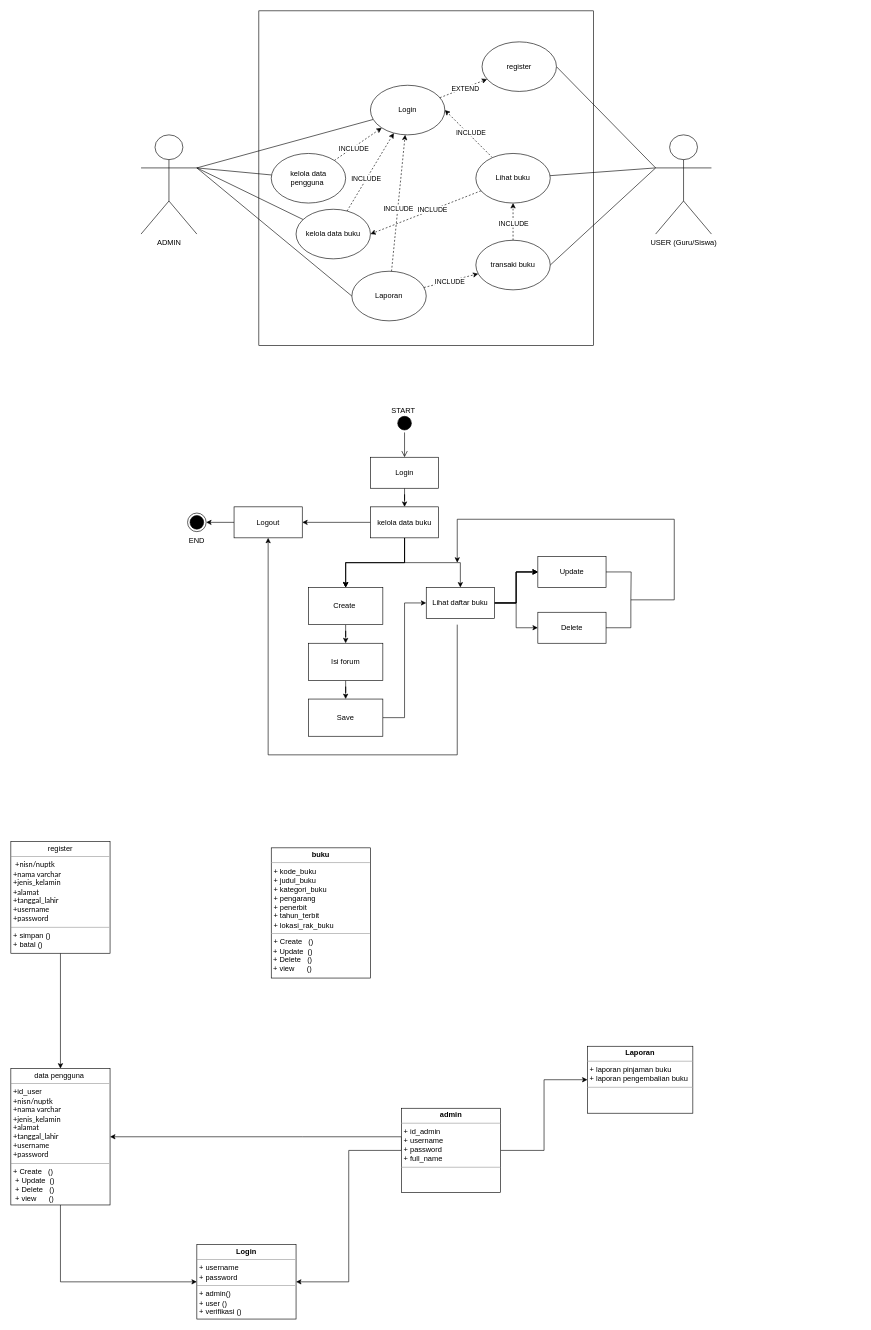
Above: PBO_UAS.drawio in ARK142/aaa (draw.io), before the change. Source tidied: cells renumbered, new cells numbered last; positions are measured from the earlier drawing's top-left corner, leaving out a move shared by most shapes. Both pictures are drawn from the tidied source at 62%, with x=0, y=0 at pixel (11, 11).
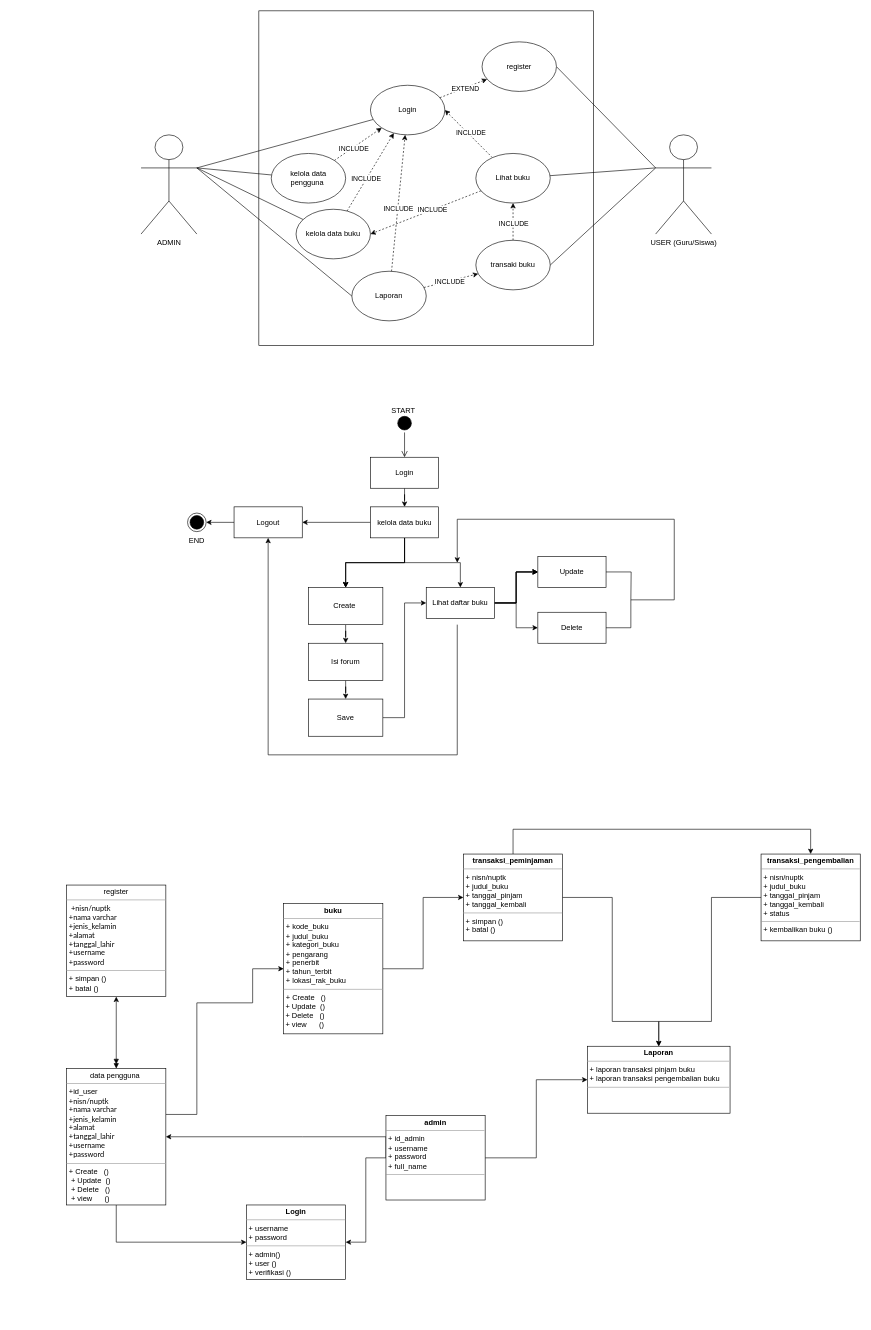
After the change.

Diff of the diagram source:
```diff
@@
+    <mxCell id="79" style="edgeStyle=orthogonalEdgeStyle;rounded=0;jettySize=auto;html=1;entryX=0;entryY=0.5;entryDx=0;entryDy=0;" parent="1" edge="1" source="68" target="82">
+      <mxGeometry relative="1" as="geometry" />
+    </mxCell>
     <mxCell id="68" value="&lt;p style=&quot;margin:0px;margin-top:4px;text-align:center;&quot;&gt;&lt;b&gt;buku&lt;/b&gt;&lt;/p&gt;&lt;hr size=&quot;1&quot;&gt;&lt;p style=&quot;margin:0px;margin-left:4px;&quot;&gt;+ kode_buku&lt;/p&gt;&lt;p style=&quot;margin:0px;margin-left:4px;&quot;&gt;+ judul_buku&lt;/p&gt;&lt;p style=&quot;margin:0px;margin-left:4px;&quot;&gt;+ kategori_buku&lt;/p&gt;&lt;p style=&quot;margin:0px;margin-left:4px;&quot;&gt;+ pengarang&amp;nbsp;&lt;/p&gt;&lt;p style=&quot;margin:0px;margin-left:4px;&quot;&gt;+ penerbit&lt;/p&gt;&lt;p style=&quot;margin:0px;margin-left:4px;&quot;&gt;+ tahun_terbit&lt;/p&gt;&lt;p style=&quot;margin:0px;margin-left:4px;&quot;&gt;+ lokasi_rak_buku&lt;/p&gt;&lt;hr size=&quot;1&quot;&gt;&lt;p style=&quot;margin:0px;margin-left:4px;&quot;&gt;+ Create&amp;nbsp; &amp;nbsp;()&lt;/p&gt;&amp;nbsp;+ Update&amp;nbsp; ()&lt;br&gt;&lt;span style=&quot;background-color: initial;&quot;&gt;&amp;nbsp;+ Delete&amp;nbsp; &amp;nbsp;()&lt;br&gt;&amp;nbsp;+ view&amp;nbsp; &amp;nbsp; &amp;nbsp; ()&lt;br&gt;&lt;/span&gt;" style="verticalAlign=top;align=left;overflow=fill;fontSize=12;fontFamily=Helvetica;html=1;whiteSpace=wrap;" parent="1" vertex="1">
-      <mxGeometry x="420" y="1350" width="160" height="210" as="geometry" />
+      <mxGeometry x="440" y="1440" width="160" height="210" as="geometry" />
     </mxCell>
-    <mxCell id="69" value="&lt;p style=&quot;margin:0px;margin-top:4px;text-align:center;&quot;&gt;&lt;b&gt;Laporan&lt;/b&gt;&lt;/p&gt;&lt;hr size=&quot;1&quot;&gt;&lt;p style=&quot;margin:0px;margin-left:4px;&quot;&gt;&lt;span style=&quot;background-color: initial;&quot;&gt;+ laporan pinjaman buku&lt;/span&gt;&lt;br&gt;&lt;/p&gt;&lt;p style=&quot;margin:0px;margin-left:4px;&quot;&gt;+ laporan pengembalian buku&lt;/p&gt;&lt;hr size=&quot;1&quot;&gt;&lt;p style=&quot;margin:0px;margin-left:4px;&quot;&gt;&lt;br&gt;&lt;/p&gt;&lt;span style=&quot;background-color: initial;&quot;&gt;&lt;br&gt;&lt;/span&gt;" style="verticalAlign=top;align=left;overflow=fill;fontSize=12;fontFamily=Helvetica;html=1;whiteSpace=wrap;" parent="1" vertex="1">
-      <mxGeometry x="930" y="1670" width="170" height="108" as="geometry" />
+    <mxCell id="69" value="&lt;p style=&quot;margin:0px;margin-top:4px;text-align:center;&quot;&gt;&lt;b&gt;Laporan&lt;/b&gt;&lt;/p&gt;&lt;hr size=&quot;1&quot;&gt;&lt;p style=&quot;margin:0px;margin-left:4px;&quot;&gt;&lt;span style=&quot;background-color: initial;&quot;&gt;+ laporan transaksi pinjam buku&lt;/span&gt;&lt;br&gt;&lt;/p&gt;&lt;p style=&quot;margin:0px;margin-left:4px;&quot;&gt;+ laporan transaksi pengembalian buku&lt;/p&gt;&lt;hr size=&quot;1&quot;&gt;&lt;p style=&quot;margin:0px;margin-left:4px;&quot;&gt;&lt;br&gt;&lt;/p&gt;&lt;span style=&quot;background-color: initial;&quot;&gt;&lt;br&gt;&lt;/span&gt;" style="verticalAlign=top;align=left;overflow=fill;fontSize=12;fontFamily=Helvetica;html=1;whiteSpace=wrap;" parent="1" vertex="1">
+      <mxGeometry x="930" y="1670" width="230" height="108" as="geometry" />
     </mxCell>
@@
+    <mxCell id="80" style="edgeStyle=orthogonalEdgeStyle;rounded=0;jettySize=auto;html=1;entryX=0;entryY=0.5;entryDx=0;entryDy=0;" parent="1" edge="1" source="71" target="68">
+      <mxGeometry relative="1" as="geometry">
+        <Array as="points">
+          <mxPoint x="300" y="1780" />
+          <mxPoint x="300" y="1600" />
+          <mxPoint x="390" y="1600" />
+          <mxPoint x="390" y="1545" />
+        </Array>
+      </mxGeometry>
+    </mxCell>
     <mxCell id="71" value="&lt;p style=&quot;margin: 4px 0px 0px; text-align: center;&quot;&gt;&lt;font style=&quot;font-size: 12px;&quot;&gt;data pengguna&amp;nbsp;&lt;/font&gt;&lt;/p&gt;&lt;hr style=&quot;&quot; size=&quot;1&quot;&gt;&lt;p style=&quot;margin: 0px 0px 0px 4px;&quot;&gt;&lt;font style=&quot;font-size: 12px;&quot;&gt;&lt;font style=&quot;font-size: 12px;&quot;&gt;+id_user&amp;nbsp;&lt;br style=&quot;font-family: lato, &amp;quot;helvetica neue&amp;quot;, Helvetica, Arial, sans-serif; background-color: rgb(255, 255, 255);&quot;&gt;&lt;span style=&quot;font-family: lato, &amp;quot;helvetica neue&amp;quot;, Helvetica, Arial, sans-serif; background-color: rgb(255, 255, 255);&quot;&gt;+nisn/nuptk&lt;/span&gt;&lt;br style=&quot;font-family: lato, &amp;quot;helvetica neue&amp;quot;, Helvetica, Arial, sans-serif; background-color: rgb(255, 255, 255);&quot;&gt;&lt;span style=&quot;font-family: lato, &amp;quot;helvetica neue&amp;quot;, Helvetica, Arial, sans-serif; background-color: rgb(255, 255, 255);&quot;&gt;+nama varchar&lt;/span&gt;&lt;br style=&quot;font-family: lato, &amp;quot;helvetica neue&amp;quot;, Helvetica, Arial, sans-serif; background-color: rgb(255, 255, 255);&quot;&gt;&lt;span style=&quot;font-family: lato, &amp;quot;helvetica neue&amp;quot;, Helvetica, Arial, sans-serif; background-color: rgb(255, 255, 255);&quot;&gt;+jenis_kelamin&lt;/span&gt;&lt;br style=&quot;font-family: lato, &amp;quot;helvetica neue&amp;quot;, Helvetica, Arial, sans-serif; background-color: rgb(255, 255, 255);&quot;&gt;&lt;span style=&quot;font-family: lato, &amp;quot;helvetica neue&amp;quot;, Helvetica, Arial, sans-serif; background-color: rgb(255, 255, 255);&quot;&gt;+alamat&lt;/span&gt;&lt;br style=&quot;font-family: lato, &amp;quot;helvetica neue&amp;quot;, Helvetica, Arial, sans-serif; background-color: rgb(255, 255, 255);&quot;&gt;&lt;span style=&quot;font-family: lato, &amp;quot;helvetica neue&amp;quot;, Helvetica, Arial, sans-serif; background-color: rgb(255, 255, 255);&quot;&gt;+tanggal_lahir&amp;nbsp;&lt;/span&gt;&lt;br style=&quot;font-family: lato, &amp;quot;helvetica neue&amp;quot;, Helvetica, Arial, sans-serif; background-color: rgb(255, 255, 255);&quot;&gt;&lt;span style=&quot;font-family: lato, &amp;quot;helvetica neue&amp;quot;, Helvetica, Arial, sans-serif; background-color: rgb(255, 255, 255);&quot;&gt;+username&amp;nbsp;&lt;/span&gt;&lt;br style=&quot;font-family: lato, &amp;quot;helvetica neue&amp;quot;, Helvetica, Arial, sans-serif; background-color: rgb(255, 255, 255);&quot;&gt;&lt;span style=&quot;font-family: lato, &amp;quot;helvetica neue&amp;quot;, Helvetica, Arial, sans-serif; background-color: rgb(255, 255, 255);&quot;&gt;+password&lt;/span&gt;&lt;/font&gt;&lt;br&gt;&lt;/font&gt;&lt;/p&gt;&lt;hr style=&quot;&quot; size=&quot;1&quot;&gt;&lt;p style=&quot;border-color: var(--border-color); margin: 0px 0px 0px 4px;&quot;&gt;&lt;font style=&quot;font-size: 12px;&quot;&gt;+ Create&amp;nbsp; &amp;nbsp;()&lt;/font&gt;&lt;/p&gt;&lt;p style=&quot;margin: 0px 0px 0px 4px;&quot;&gt;&lt;font style=&quot;font-size: 12px;&quot;&gt;&amp;nbsp;+ Update&amp;nbsp; ()&lt;br style=&quot;border-color: var(--border-color);&quot;&gt;&amp;nbsp;+ Delete&amp;nbsp; &amp;nbsp;()&lt;br style=&quot;border-color: var(--border-color);&quot;&gt;&amp;nbsp;+ view&amp;nbsp; &amp;nbsp; &amp;nbsp; ()&lt;br&gt;&lt;/font&gt;&lt;/p&gt;&lt;span style=&quot;background-color: initial;&quot;&gt;&lt;br&gt;&lt;/span&gt;" style="verticalAlign=top;align=left;overflow=fill;fontSize=12;fontFamily=Helvetica;html=1;whiteSpace=wrap;" parent="1" vertex="1">
-      <mxGeometry y="1706" width="160" height="220" as="geometry" />
+      <mxGeometry x="90" y="1706" width="160" height="220" as="geometry" />
     </mxCell>
@@
     <mxCell id="75" value="&lt;p style=&quot;margin:0px;margin-top:4px;text-align:center;&quot;&gt;&lt;b&gt;admin&lt;/b&gt;&lt;/p&gt;&lt;hr size=&quot;1&quot;&gt;&lt;p style=&quot;margin:0px;margin-left:4px;&quot;&gt;+ id_admin&lt;/p&gt;&lt;p style=&quot;margin:0px;margin-left:4px;&quot;&gt;+ username&amp;nbsp;&lt;/p&gt;&lt;p style=&quot;margin:0px;margin-left:4px;&quot;&gt;+ password&amp;nbsp;&lt;/p&gt;&lt;p style=&quot;margin:0px;margin-left:4px;&quot;&gt;+ full_name&lt;/p&gt;&lt;hr size=&quot;1&quot;&gt;&lt;p style=&quot;margin:0px;margin-left:4px;&quot;&gt;&lt;br&gt;&lt;/p&gt;&lt;span style=&quot;background-color: initial;&quot;&gt;&lt;br&gt;&lt;/span&gt;" style="verticalAlign=top;align=left;overflow=fill;fontSize=12;fontFamily=Helvetica;html=1;whiteSpace=wrap;" parent="1" vertex="1">
-      <mxGeometry x="630" y="1770" width="160" height="136" as="geometry" />
+      <mxGeometry x="605" y="1782" width="160" height="136" as="geometry" />
     </mxCell>
     <mxCell id="76" value="&lt;p style=&quot;margin:0px;margin-top:4px;text-align:center;&quot;&gt;&lt;b&gt;Login&lt;/b&gt;&lt;/p&gt;&lt;hr size=&quot;1&quot;&gt;&lt;p style=&quot;margin:0px;margin-left:4px;&quot;&gt;&lt;span style=&quot;background-color: initial;&quot;&gt;+ username&amp;nbsp;&lt;/span&gt;&lt;/p&gt;&lt;p style=&quot;margin:0px;margin-left:4px;&quot;&gt;+ password&amp;nbsp;&lt;/p&gt;&lt;hr size=&quot;1&quot;&gt;&lt;p style=&quot;margin:0px;margin-left:4px;&quot;&gt;+ admin()&lt;/p&gt;&lt;p style=&quot;margin:0px;margin-left:4px;&quot;&gt;+ user ()&lt;/p&gt;&lt;p style=&quot;margin:0px;margin-left:4px;&quot;&gt;+ verifikasi ()&lt;/p&gt;&lt;span style=&quot;background-color: initial;&quot;&gt;&lt;br&gt;&lt;/span&gt;" style="verticalAlign=top;align=left;overflow=fill;fontSize=12;fontFamily=Helvetica;html=1;whiteSpace=wrap;" parent="1" vertex="1">
-      <mxGeometry x="300" y="1990" width="160" height="120" as="geometry" />
+      <mxGeometry x="380" y="1926" width="160" height="120" as="geometry" />
     </mxCell>
-    <mxCell id="77" style="edgeStyle=orthogonalEdgeStyle;rounded=0;jettySize=auto;html=1;entryX=0.5;entryY=0;entryDx=0;entryDy=0;" parent="1" edge="1" source="78" target="71">
+    <mxCell id="77" style="edgeStyle=orthogonalEdgeStyle;rounded=0;jettySize=auto;html=1;entryX=0.5;entryY=0;entryDx=0;entryDy=0;startArrow=classic;startFill=1;endArrow=doubleBlock;endFill=1;" parent="1" edge="1" source="78" target="71">
       <mxGeometry relative="1" as="geometry" />
     </mxCell>
     <mxCell id="78" value="&lt;p style=&quot;margin: 4px 0px 0px; text-align: center;&quot;&gt;register&lt;/p&gt;&lt;hr style=&quot;&quot; size=&quot;1&quot;&gt;&lt;p style=&quot;margin: 0px 0px 0px 4px;&quot;&gt;&lt;font style=&quot;font-size: 12px;&quot;&gt;&lt;font style=&quot;font-size: 12px;&quot;&gt;&amp;nbsp;&lt;span style=&quot;font-family: lato, &amp;quot;helvetica neue&amp;quot;, Helvetica, Arial, sans-serif; background-color: rgb(255, 255, 255);&quot;&gt;+nisn/nuptk&lt;/span&gt;&lt;br style=&quot;font-family: lato, &amp;quot;helvetica neue&amp;quot;, Helvetica, Arial, sans-serif; background-color: rgb(255, 255, 255);&quot;&gt;&lt;span style=&quot;font-family: lato, &amp;quot;helvetica neue&amp;quot;, Helvetica, Arial, sans-serif; background-color: rgb(255, 255, 255);&quot;&gt;+nama varchar&lt;/span&gt;&lt;br style=&quot;font-family: lato, &amp;quot;helvetica neue&amp;quot;, Helvetica, Arial, sans-serif; background-color: rgb(255, 255, 255);&quot;&gt;&lt;span style=&quot;font-family: lato, &amp;quot;helvetica neue&amp;quot;, Helvetica, Arial, sans-serif; background-color: rgb(255, 255, 255);&quot;&gt;+jenis_kelamin&lt;/span&gt;&lt;br style=&quot;font-family: lato, &amp;quot;helvetica neue&amp;quot;, Helvetica, Arial, sans-serif; background-color: rgb(255, 255, 255);&quot;&gt;&lt;span style=&quot;font-family: lato, &amp;quot;helvetica neue&amp;quot;, Helvetica, Arial, sans-serif; background-color: rgb(255, 255, 255);&quot;&gt;+alamat&lt;/span&gt;&lt;br style=&quot;font-family: lato, &amp;quot;helvetica neue&amp;quot;, Helvetica, Arial, sans-serif; background-color: rgb(255, 255, 255);&quot;&gt;&lt;span style=&quot;font-family: lato, &amp;quot;helvetica neue&amp;quot;, Helvetica, Arial, sans-serif; background-color: rgb(255, 255, 255);&quot;&gt;+tanggal_lahir&amp;nbsp;&lt;/span&gt;&lt;br style=&quot;font-family: lato, &amp;quot;helvetica neue&amp;quot;, Helvetica, Arial, sans-serif; background-color: rgb(255, 255, 255);&quot;&gt;&lt;span style=&quot;font-family: lato, &amp;quot;helvetica neue&amp;quot;, Helvetica, Arial, sans-serif; background-color: rgb(255, 255, 255);&quot;&gt;+username&amp;nbsp;&lt;/span&gt;&lt;br style=&quot;font-family: lato, &amp;quot;helvetica neue&amp;quot;, Helvetica, Arial, sans-serif; background-color: rgb(255, 255, 255);&quot;&gt;&lt;span style=&quot;font-family: lato, &amp;quot;helvetica neue&amp;quot;, Helvetica, Arial, sans-serif; background-color: rgb(255, 255, 255);&quot;&gt;+password&lt;/span&gt;&lt;/font&gt;&lt;br&gt;&lt;/font&gt;&lt;/p&gt;&lt;hr style=&quot;&quot; size=&quot;1&quot;&gt;&lt;p style=&quot;border-color: var(--border-color); margin: 0px 0px 0px 4px;&quot;&gt;&lt;font style=&quot;font-size: 12px;&quot;&gt;+ simpan ()&lt;/font&gt;&lt;/p&gt;&lt;p style=&quot;border-color: var(--border-color); margin: 0px 0px 0px 4px;&quot;&gt;&lt;font style=&quot;font-size: 12px;&quot;&gt;+ batal ()&lt;/font&gt;&lt;/p&gt;&lt;span style=&quot;background-color: initial;&quot;&gt;&lt;br&gt;&lt;/span&gt;" style="verticalAlign=top;align=left;overflow=fill;fontSize=12;fontFamily=Helvetica;html=1;whiteSpace=wrap;" parent="1" vertex="1">
-      <mxGeometry y="1340" width="160" height="180" as="geometry" />
+      <mxGeometry x="90" y="1410" width="160" height="180" as="geometry" />
     </mxCell>
+    <mxCell id="81" style="edgeStyle=orthogonalEdgeStyle;rounded=0;jettySize=auto;html=1;entryX=0.5;entryY=0;entryDx=0;entryDy=0;" parent="1" edge="1" source="82" target="83">
+      <mxGeometry relative="1" as="geometry">
+        <Array as="points">
+          <mxPoint x="810" y="1320" />
+          <mxPoint x="1290" y="1320" />
+        </Array>
+      </mxGeometry>
+    </mxCell>
+    <mxCell id="82" value="&lt;p style=&quot;margin:0px;margin-top:4px;text-align:center;&quot;&gt;&lt;b&gt;transaksi_peminjaman&lt;/b&gt;&lt;/p&gt;&lt;hr size=&quot;1&quot;&gt;&lt;p style=&quot;margin:0px;margin-left:4px;&quot;&gt;+ nisn/nuptk&lt;/p&gt;&lt;p style=&quot;margin:0px;margin-left:4px;&quot;&gt;+ judul_buku&lt;/p&gt;&lt;p style=&quot;margin:0px;margin-left:4px;&quot;&gt;+ tanggal_pinjam&lt;/p&gt;&lt;p style=&quot;margin:0px;margin-left:4px;&quot;&gt;+ tanggal_kembali&lt;/p&gt;&lt;hr size=&quot;1&quot;&gt;&lt;p style=&quot;margin:0px;margin-left:4px;&quot;&gt;+ simpan ()&lt;/p&gt;&lt;p style=&quot;margin:0px;margin-left:4px;&quot;&gt;+ batal ()&lt;/p&gt;&lt;span style=&quot;background-color: initial;&quot;&gt;&lt;br&gt;&lt;/span&gt;" style="verticalAlign=top;align=left;overflow=fill;fontSize=12;fontFamily=Helvetica;html=1;whiteSpace=wrap;" parent="1" vertex="1">
+      <mxGeometry x="730" y="1360" width="160" height="140" as="geometry" />
+    </mxCell>
+    <mxCell id="83" value="&lt;p style=&quot;margin:0px;margin-top:4px;text-align:center;&quot;&gt;&lt;b&gt;transaksi_pengembalian&lt;/b&gt;&lt;/p&gt;&lt;hr size=&quot;1&quot;&gt;&lt;p style=&quot;margin:0px;margin-left:4px;&quot;&gt;+ nisn/nuptk&lt;/p&gt;&lt;p style=&quot;margin:0px;margin-left:4px;&quot;&gt;+ judul_buku&lt;/p&gt;&lt;p style=&quot;margin:0px;margin-left:4px;&quot;&gt;+ tanggal_pinjam&lt;/p&gt;&lt;p style=&quot;margin:0px;margin-left:4px;&quot;&gt;+ tanggal_kembali&lt;/p&gt;&lt;p style=&quot;margin:0px;margin-left:4px;&quot;&gt;+ status&amp;nbsp;&lt;/p&gt;&lt;hr size=&quot;1&quot;&gt;&lt;p style=&quot;margin:0px;margin-left:4px;&quot;&gt;+ kembalikan buku ()&lt;/p&gt;&lt;span style=&quot;background-color: initial;&quot;&gt;&lt;br&gt;&lt;/span&gt;" style="verticalAlign=top;align=left;overflow=fill;fontSize=12;fontFamily=Helvetica;html=1;whiteSpace=wrap;" parent="1" vertex="1">
+      <mxGeometry x="1210" y="1360" width="160" height="140" as="geometry" />
+    </mxCell>
+    <mxCell id="84" style="group;" parent="1" vertex="1">
+      <mxGeometry x="970" y="1430" width="160" height="200" as="geometry" />
+    </mxCell>
+    <mxCell id="85" style="edgeStyle=orthogonalEdgeStyle;rounded=0;jettySize=auto;html=1;entryX=0.5;entryY=0;entryDx=0;entryDy=0;" parent="84" edge="1" source="82" target="69">
+      <mxGeometry relative="1" as="geometry">
+        <Array as="points">
+          <mxPoint />
+          <mxPoint y="200" />
+          <mxPoint x="75" y="200" />
+        </Array>
+      </mxGeometry>
+    </mxCell>
+    <mxCell id="86" style="edgeStyle=orthogonalEdgeStyle;rounded=0;jettySize=auto;html=1;entryX=0.5;entryY=0;entryDx=0;entryDy=0;" parent="84" edge="1" source="83" target="69">
+      <mxGeometry relative="1" as="geometry">
+        <Array as="points">
+          <mxPoint x="160" y="200" />
+          <mxPoint x="75" y="200" />
+        </Array>
+      </mxGeometry>
+    </mxCell>
```
